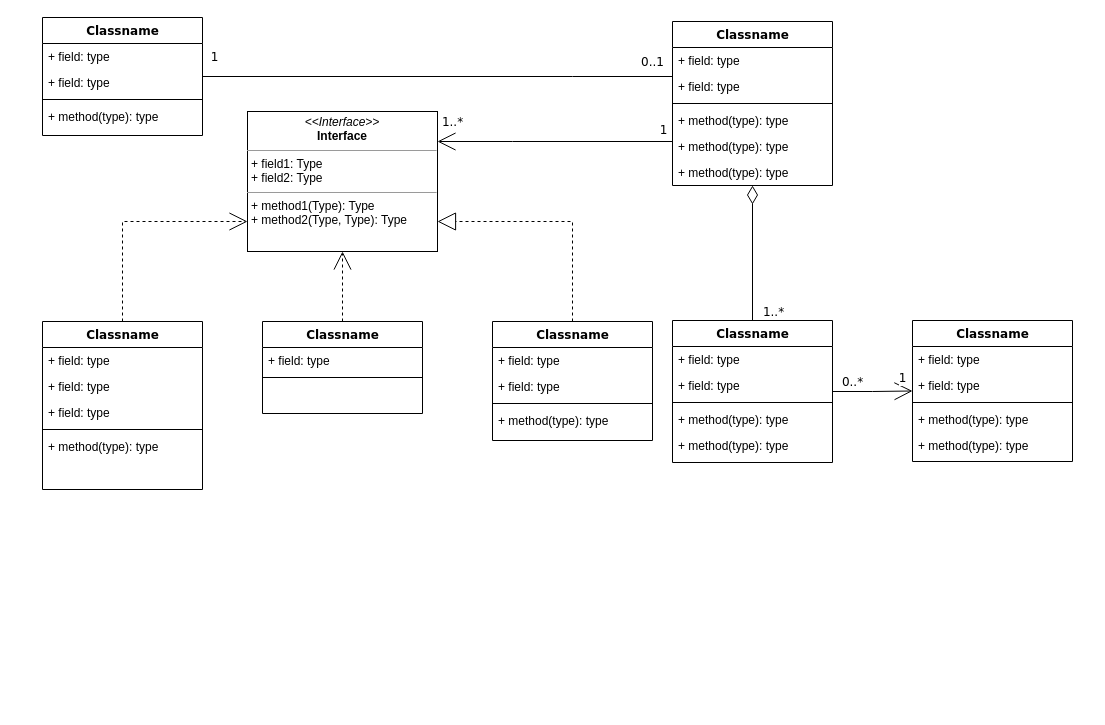
VictorJ-Ch/Cafeteria-Menu keeps this draw.io diagram as 名称未設定ファイル.drawio. Above is the earlier version. Source tidied: cells renumbered, new cells numbered last; positions are measured from the earlier drawing's top-left corner, leaving out a move shared by most shapes. Both pictures are drawn from the tidied source at 100%, with x=0, y=0 at pixel (42, 17).
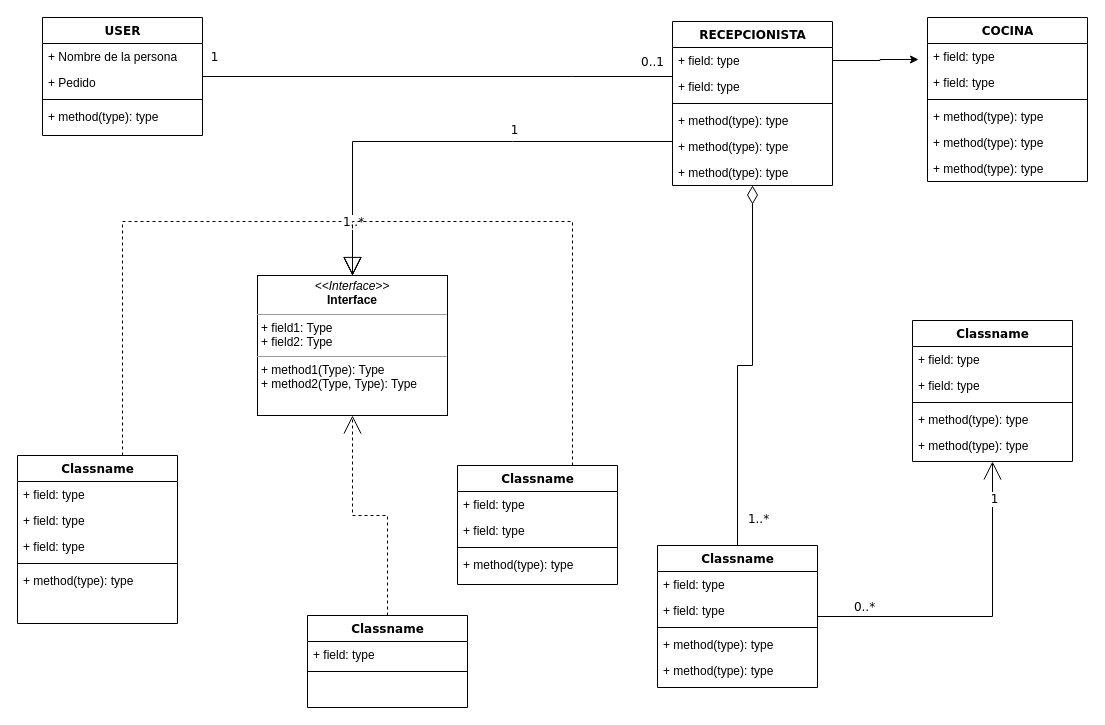
The same page after the edit.

Commit message:
User del digrama de la base de datos

The change refers to these unchanged cells:
```xml
<mxCell id="21" value="+ field: type" style="text;html=1;strokeColor=none;fillColor=none;align=left;verticalAlign=top;spacingLeft=4;spacingRight=4;whiteSpace=wrap;overflow=hidden;points=[[0,0.5],[1,0.5]];portConstraint=eastwest;" parent="20" vertex="1">
  <mxGeometry y="26" width="160" height="26" as="geometry" />
</mxCell>
```

What changed in the source:
```diff
@@
     <mxCell id="3" value="Classname" style="swimlane;html=1;fontStyle=1;align=center;verticalAlign=top;horizontal=1;startSize=26;swimlaneFillColor=#ffffff;rounded=0;shadow=0;comic=0;labelBackgroundColor=none;strokeWidth=1;fillColor=none;fontFamily=Verdana;fontSize=12;" parent="1" vertex="1">
-      <mxGeometry y="304" width="160" height="168" as="geometry" />
+      <mxGeometry x="-25" y="438" width="160" height="168" as="geometry" />
     </mxCell>
@@
-    <mxCell id="9" value="Classname" style="swimlane;html=1;fontStyle=1;align=center;verticalAlign=top;horizontal=1;startSize=26;swimlaneFillColor=#ffffff;rounded=0;shadow=0;comic=0;labelBackgroundColor=none;strokeWidth=1;fillColor=none;fontFamily=Verdana;fontSize=12;" parent="1" vertex="1">
+    <mxCell id="9" value="USER" style="swimlane;html=1;fontStyle=1;align=center;verticalAlign=top;horizontal=1;startSize=26;swimlaneFillColor=#ffffff;rounded=0;shadow=0;comic=0;labelBackgroundColor=none;strokeWidth=1;fillColor=none;fontFamily=Verdana;fontSize=12;" parent="1" vertex="1">
       <mxGeometry width="160" height="118" as="geometry" />
     </mxCell>
-    <mxCell id="10" value="+ field: type" style="text;html=1;strokeColor=none;fillColor=none;align=left;verticalAlign=top;spacingLeft=4;spacingRight=4;whiteSpace=wrap;overflow=hidden;" parent="9" vertex="1">
+    <mxCell id="10" value="+ Nombre de la persona" style="text;html=1;strokeColor=none;fillColor=none;align=left;verticalAlign=top;spacingLeft=4;spacingRight=4;whiteSpace=wrap;overflow=hidden;" parent="9" vertex="1">
       <mxGeometry y="26" width="160" height="26" as="geometry" />
     </mxCell>
-    <mxCell id="11" value="+ field: type" style="text;html=1;strokeColor=none;fillColor=none;align=left;verticalAlign=top;spacingLeft=4;spacingRight=4;whiteSpace=wrap;overflow=hidden;" parent="9" vertex="1">
+    <mxCell id="11" value="+ Pedido" style="text;html=1;strokeColor=none;fillColor=none;align=left;verticalAlign=top;spacingLeft=4;spacingRight=4;whiteSpace=wrap;overflow=hidden;" parent="9" vertex="1">
       <mxGeometry y="52" width="160" height="26" as="geometry" />
     </mxCell>
@@
-    <mxCell id="20" value="Classname" style="swimlane;html=1;fontStyle=1;align=center;verticalAlign=top;horizontal=1;startSize=26;swimlaneFillColor=#ffffff;rounded=0;shadow=0;comic=0;labelBackgroundColor=none;strokeWidth=1;fillColor=none;fontFamily=Verdana;fontSize=12;" parent="1" vertex="1">
+    <mxCell id="20" value="RECEPCIONISTA" style="swimlane;html=1;fontStyle=1;align=center;verticalAlign=top;horizontal=1;startSize=26;swimlaneFillColor=#ffffff;rounded=0;shadow=0;comic=0;labelBackgroundColor=none;strokeWidth=1;fillColor=none;fontFamily=Verdana;fontSize=12;" parent="1" vertex="1">
       <mxGeometry x="630" y="4" width="160" height="164" as="geometry" />
     </mxCell>
@@
     <mxCell id="28" value="Classname" style="swimlane;html=1;fontStyle=1;align=center;verticalAlign=top;horizontal=1;startSize=26;swimlaneFillColor=#ffffff;rounded=0;shadow=0;comic=0;labelBackgroundColor=none;strokeWidth=1;fillColor=none;fontFamily=Verdana;fontSize=12;" parent="1" vertex="1">
-      <mxGeometry x="220" y="304" width="160" height="92" as="geometry" />
+      <mxGeometry x="265" y="598" width="160" height="92" as="geometry" />
     </mxCell>
@@
     <mxCell id="36" value="Classname" style="swimlane;html=1;fontStyle=1;align=center;verticalAlign=top;horizontal=1;startSize=26;swimlaneFillColor=#ffffff;rounded=0;shadow=0;comic=0;labelBackgroundColor=none;strokeWidth=1;fillColor=none;fontFamily=Verdana;fontSize=12;" parent="1" vertex="1">
-      <mxGeometry x="630" y="303" width="160" height="142" as="geometry" />
+      <mxGeometry x="615" y="528" width="160" height="142" as="geometry" />
     </mxCell>
@@
     <mxCell id="49" value="Classname" style="swimlane;html=1;fontStyle=1;align=center;verticalAlign=top;horizontal=1;startSize=26;swimlaneFillColor=#ffffff;rounded=0;shadow=0;comic=0;labelBackgroundColor=none;strokeWidth=1;fillColor=none;fontFamily=Verdana;fontSize=12;" parent="1" vertex="1">
-      <mxGeometry x="450" y="304" width="160" height="119" as="geometry" />
+      <mxGeometry x="415" y="448" width="160" height="119" as="geometry" />
     </mxCell>
@@
     <mxCell id="54" value="&lt;p style=&quot;margin:0px;margin-top:4px;text-align:center;&quot;&gt;&lt;i&gt;&amp;lt;&amp;lt;Interface&amp;gt;&amp;gt;&lt;/i&gt;&lt;br/&gt;&lt;b&gt;Interface&lt;/b&gt;&lt;/p&gt;&lt;hr size=&quot;1&quot;/&gt;&lt;p style=&quot;margin:0px;margin-left:4px;&quot;&gt;+ field1: Type&lt;br/&gt;+ field2: Type&lt;/p&gt;&lt;hr size=&quot;1&quot;/&gt;&lt;p style=&quot;margin:0px;margin-left:4px;&quot;&gt;+ method1(Type): Type&lt;br/&gt;+ method2(Type, Type): Type&lt;/p&gt;" style="verticalAlign=top;align=left;overflow=fill;fontSize=12;fontFamily=Helvetica;html=1;rounded=0;shadow=0;comic=0;labelBackgroundColor=none;strokeWidth=1;" parent="1" vertex="1">
-      <mxGeometry x="205" y="94" width="190" height="140" as="geometry" />
+      <mxGeometry x="215" y="258" width="190" height="140" as="geometry" />
     </mxCell>
+    <mxCell id="55" value="COCINA" style="swimlane;html=1;fontStyle=1;align=center;verticalAlign=top;horizontal=1;startSize=26;swimlaneFillColor=#ffffff;rounded=0;shadow=0;comic=0;labelBackgroundColor=none;strokeWidth=1;fillColor=none;fontFamily=Verdana;fontSize=12;" parent="1" vertex="1">
+      <mxGeometry x="885" width="160" height="164" as="geometry" />
+    </mxCell>
+    <mxCell id="56" value="+ field: type" style="text;html=1;strokeColor=none;fillColor=none;align=left;verticalAlign=top;spacingLeft=4;spacingRight=4;whiteSpace=wrap;overflow=hidden;" parent="55" vertex="1">
+      <mxGeometry y="26" width="160" height="26" as="geometry" />
+    </mxCell>
+    <mxCell id="57" value="+ field: type" style="text;html=1;strokeColor=none;fillColor=none;align=left;verticalAlign=top;spacingLeft=4;spacingRight=4;whiteSpace=wrap;overflow=hidden;points=[[0,0.5],[1,0.5]];portConstraint=eastwest;" parent="55" vertex="1">
+      <mxGeometry y="52" width="160" height="26" as="geometry" />
+    </mxCell>
+    <mxCell id="58" style="line;html=1;strokeWidth=1;fillColor=none;align=left;verticalAlign=middle;spacingTop=-1;spacingLeft=3;spacingRight=3;labelPosition=right;" parent="55" vertex="1">
+      <mxGeometry y="78" width="160" height="8" as="geometry" />
+    </mxCell>
+    <mxCell id="59" value="+ method(type): type" style="text;html=1;strokeColor=none;fillColor=none;align=left;verticalAlign=top;spacingLeft=4;spacingRight=4;whiteSpace=wrap;overflow=hidden;" parent="55" vertex="1">
+      <mxGeometry y="86" width="160" height="26" as="geometry" />
+    </mxCell>
+    <mxCell id="60" value="+ method(type): type" style="text;html=1;strokeColor=none;fillColor=none;align=left;verticalAlign=top;spacingLeft=4;spacingRight=4;whiteSpace=wrap;overflow=hidden;" parent="55" vertex="1">
+      <mxGeometry y="112" width="160" height="26" as="geometry" />
+    </mxCell>
+    <mxCell id="61" value="+ method(type): type" style="text;html=1;strokeColor=none;fillColor=none;align=left;verticalAlign=top;spacingLeft=4;spacingRight=4;whiteSpace=wrap;overflow=hidden;" parent="55" vertex="1">
+      <mxGeometry y="138" width="160" height="26" as="geometry" />
+    </mxCell>
+    <mxCell id="62" style="edgeStyle=orthogonalEdgeStyle;rounded=0;jettySize=auto;html=1;exitX=1;exitY=0.5;exitDx=0;exitDy=0;entryX=-0.056;entryY=-0.385;entryDx=0;entryDy=0;entryPerimeter=0;" parent="1" edge="1" source="21" target="57">
+      <mxGeometry relative="1" as="geometry" />
+    </mxCell>
```
